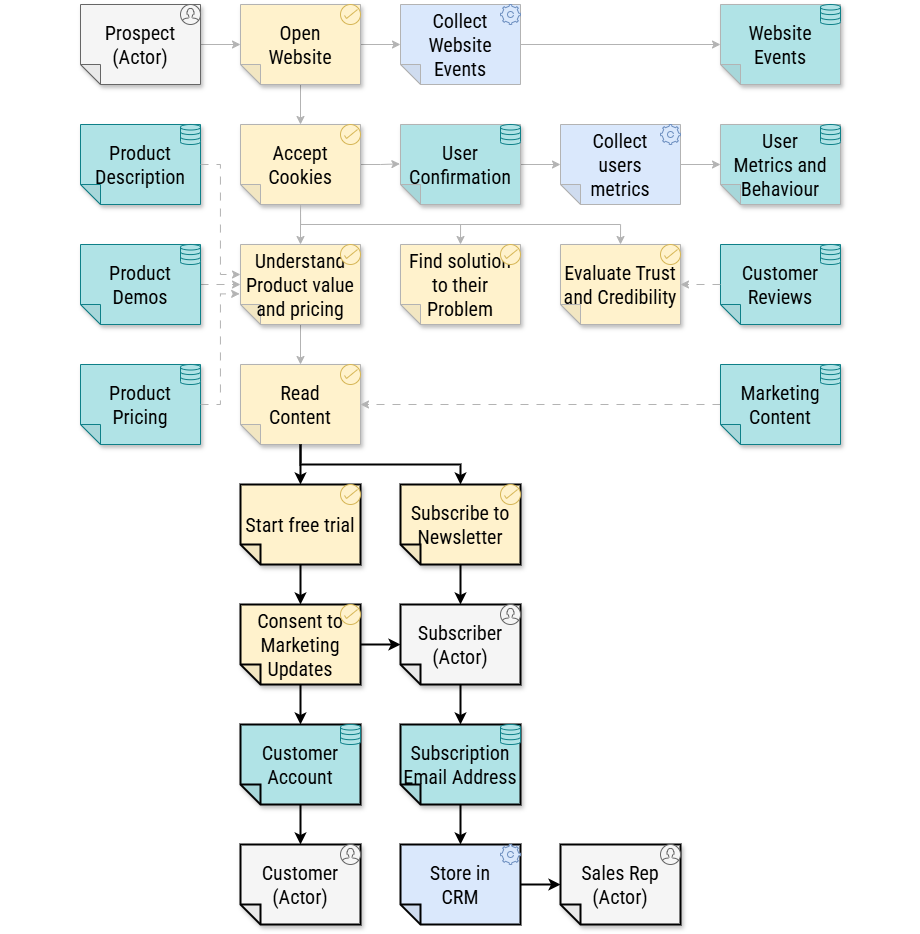
Earlier version of the draw.io export chapter-06/figure-6.13.drawio.png (software-architecture-guild/modeling-software-architecture). Source tidied: cells renumbered, new cells last; positions are measured from the earlier drawing's top-left corner, leaving out a move shared by most shapes.
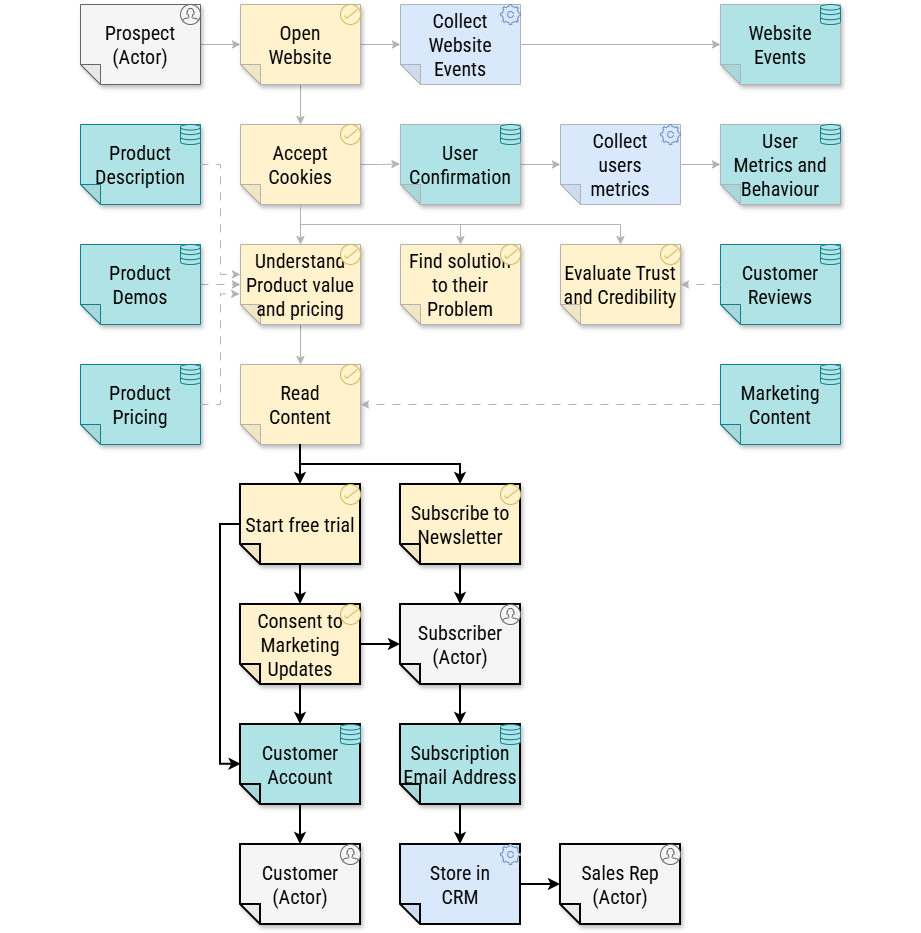
After the commit.

Change to the diagram source:
```diff
@@ -241,5 +241,13 @@
     <mxCell id="80" style="html=1;verticalLabelPosition=bottom;align=center;labelBackgroundColor=#ffffff;verticalAlign=top;strokeWidth=1;shadow=0;dashed=0;shape=mxgraph.ios7.icons.user;fillColor=#f5f5f5;fontColor=#000000;strokeColor=#666666;fontFamily=Roboto Condensed;fontSource=https%3A%2F%2Ffonts.googleapis.com%2Fcss%3Ffamily%3DRoboto%2BCondensed;fontSize=20;" parent="1" vertex="1">
       <mxGeometry x="340" y="840" width="20" height="20" as="geometry" />
     </mxCell>
+    <mxCell id="81" style="edgeStyle=orthogonalEdgeStyle;shape=connector;rounded=0;html=1;strokeColor=#000000;align=center;verticalAlign=middle;fontFamily=Helvetica;fontSize=11;fontColor=default;labelBackgroundColor=default;endArrow=classic;strokeWidth=2;exitX=1.006;exitY=0.5;exitDx=0;exitDy=0;exitPerimeter=0;entryX=0.995;entryY=0.502;entryDx=0;entryDy=0;entryPerimeter=0;curved=0;" parent="1" edge="1" source="51" target="69">
+      <mxGeometry relative="1" as="geometry">
+        <Array as="points">
+          <mxPoint x="220" y="520" />
+          <mxPoint x="220" y="759.8" />
+        </Array>
+      </mxGeometry>
+    </mxCell>
   </root>
 </mxGraphModel>
```
